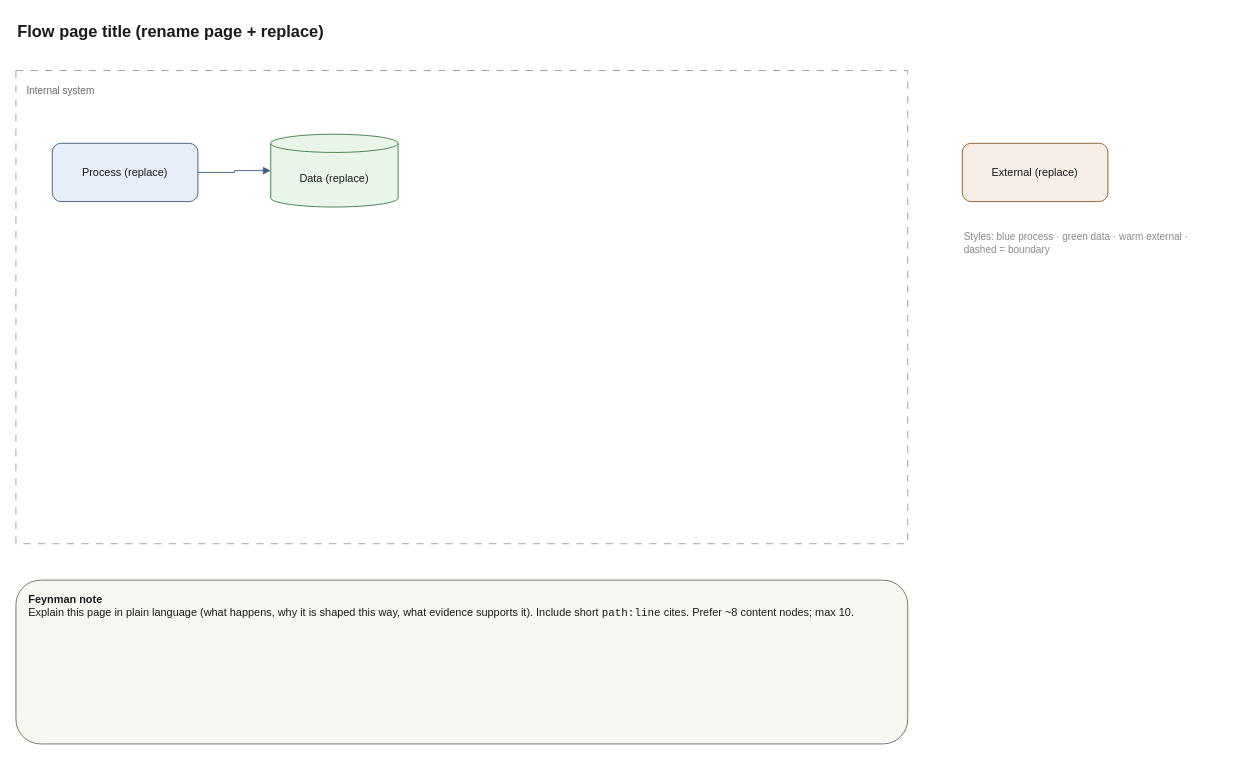
Earlier version of the draw.io diagram page "Flow" (2 of 2) of .claude/skills/rc929/templates/research-starter.drawio (OTLorz2/rc929). Source tidied: cells renumbered, new cells numbered last; positions are measured from the earlier drawing's top-left corner, leaving out a move shared by most shapes. Both pictures are drawn from the tidied source at 91%, with x=0, y=0 at pixel (15, 15).
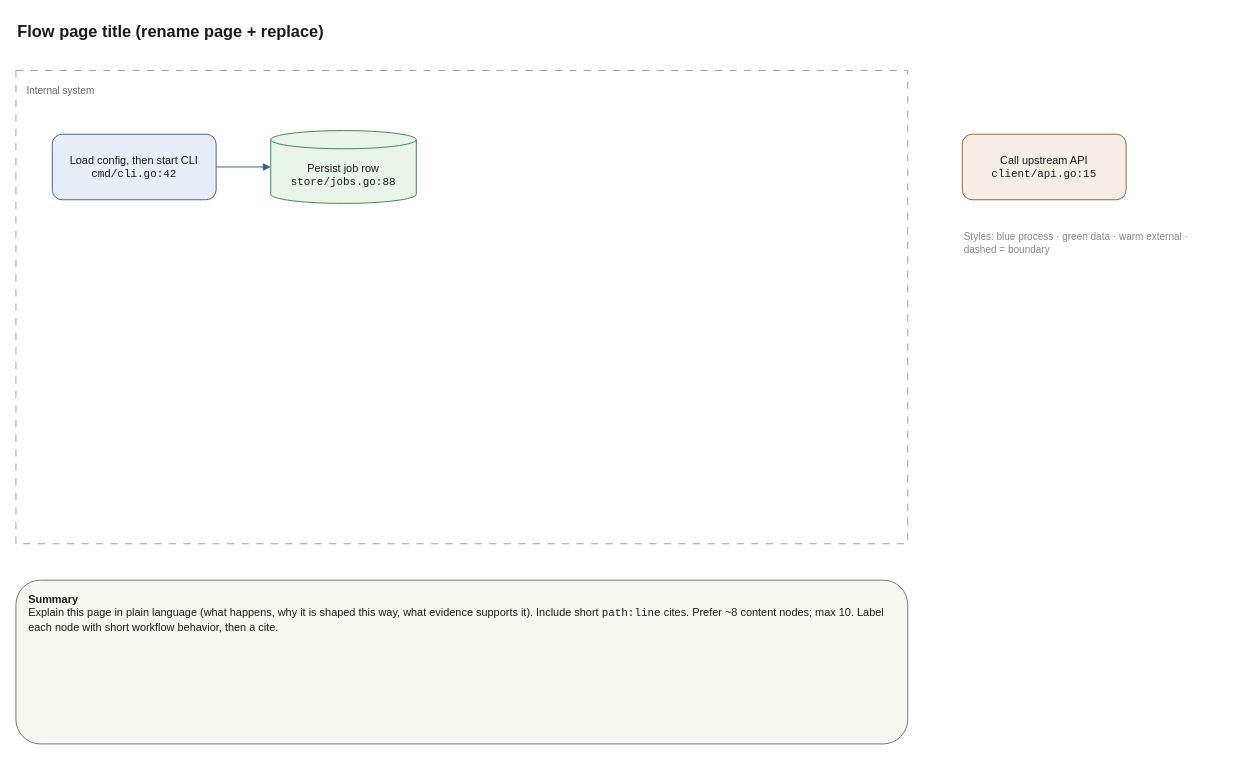
The same diagram, later.

Commit message:
feat(rc929): update starter Summary and two-line sample labels

Change to the diagram source:
```diff
@@
 <mxGraphModel>
   <root>
     <mxCell id="0" />
     <mxCell id="1" parent="0" />
     <mxCell id="2" value="Flow page title (rename page + replace)" style="text;html=1;strokeColor=none;fillColor=none;align=left;verticalAlign=middle;whiteSpace=wrap;rounded=0;fontSize=18;fontStyle=1;fontColor=#1A1A1A;" parent="1" vertex="1">
       <mxGeometry width="640" height="36" as="geometry" />
     </mxCell>
     <mxCell id="3" value="Internal system" style="text;html=1;strokeColor=none;fillColor=none;align=left;verticalAlign=middle;whiteSpace=wrap;rounded=0;fontSize=11;fontColor=#666666;" parent="1" vertex="1">
       <mxGeometry x="10" y="70" width="160" height="24" as="geometry" />
     </mxCell>
     <mxCell id="4" style="rounded=0;whiteSpace=wrap;html=1;fillColor=none;strokeColor=#9A9A9A;dashed=1;dashPattern=8 8;" parent="1" vertex="1">
       <mxGeometry y="60" width="980" height="520" as="geometry" />
     </mxCell>
-    <mxCell id="5" value="Process (replace)" style="rounded=1;whiteSpace=wrap;html=1;fillColor=#E8EEF7;strokeColor=#3D5A80;fontColor=#1A1A1A;fontSize=12;" parent="1" vertex="1">
-      <mxGeometry x="40" y="140" width="160" height="64" as="geometry" />
+    <mxCell id="5" value="Load config, then start CLI&lt;br&gt;&lt;code&gt;cmd/cli.go:42&lt;/code&gt;" style="rounded=1;whiteSpace=wrap;html=1;fillColor=#E8EEF7;strokeColor=#3D5A80;fontColor=#1A1A1A;fontSize=12;" parent="1" vertex="1">
+      <mxGeometry x="40" y="130" width="180" height="72" as="geometry" />
     </mxCell>
-    <mxCell id="6" value="Data (replace)" style="shape=cylinder3;whiteSpace=wrap;html=1;boundedLbl=1;backgroundOutline=1;size=10;fillColor=#EAF5EA;strokeColor=#3D7A45;fontColor=#1A1A1A;fontSize=12;" parent="1" vertex="1">
-      <mxGeometry x="280" y="130" width="140" height="80" as="geometry" />
+    <mxCell id="6" value="Persist job row&lt;br&gt;&lt;code&gt;store/jobs.go:88&lt;/code&gt;" style="shape=cylinder3;whiteSpace=wrap;html=1;boundedLbl=1;backgroundOutline=1;size=10;fillColor=#EAF5EA;strokeColor=#3D7A45;fontColor=#1A1A1A;fontSize=12;" parent="1" vertex="1">
+      <mxGeometry x="280" y="126" width="160" height="80" as="geometry" />
     </mxCell>
-    <mxCell id="7" value="External (replace)" style="rounded=1;whiteSpace=wrap;html=1;fillColor=#F5EDE6;strokeColor=#8A5A2B;fontColor=#1A1A1A;fontSize=12;" parent="1" vertex="1">
-      <mxGeometry x="1040" y="140" width="160" height="64" as="geometry" />
+    <mxCell id="7" value="Call upstream API&lt;br&gt;&lt;code&gt;client/api.go:15&lt;/code&gt;" style="rounded=1;whiteSpace=wrap;html=1;fillColor=#F5EDE6;strokeColor=#8A5A2B;fontColor=#1A1A1A;fontSize=12;" parent="1" vertex="1">
+      <mxGeometry x="1040" y="130" width="180" height="72" as="geometry" />
     </mxCell>
     <mxCell id="8" style="edgeStyle=orthogonalEdgeStyle;rounded=0;jettySize=auto;html=1;strokeColor=#3D5A80;endArrow=block;endFill=1;" parent="1" edge="1" source="5" target="6">
       <mxGeometry relative="1" as="geometry" />
     </mxCell>
-    <mxCell id="9" value="&lt;b&gt;Feynman note&lt;/b&gt;&lt;br&gt;Explain this page in plain language (what happens, why it is shaped this way, what evidence supports it). Include short &lt;code&gt;path:line&lt;/code&gt; cites. Prefer ~8 content nodes; max 10." style="rounded=1;whiteSpace=wrap;html=1;align=left;verticalAlign=top;spacingLeft=12;spacingTop=8;fillColor=#F7F7F2;strokeColor=#6B6B6B;fontColor=#1A1A1A;fontSize=12;" parent="1" vertex="1">
+    <mxCell id="9" value="&lt;b&gt;Summary&lt;/b&gt;&lt;br&gt;Explain this page in plain language (what happens, why it is shaped this way, what evidence supports it). Include short &lt;code&gt;path:line&lt;/code&gt; cites. Prefer ~8 content nodes; max 10. Label each node with short workflow behavior, then a cite." style="rounded=1;whiteSpace=wrap;html=1;align=left;verticalAlign=top;spacingLeft=12;spacingTop=8;fillColor=#F7F7F2;strokeColor=#6B6B6B;fontColor=#1A1A1A;fontSize=12;" parent="1" vertex="1">
       <mxGeometry y="620" width="980" height="180" as="geometry" />
     </mxCell>
     <mxCell id="10" value="Styles: blue process · green data · warm external · dashed = boundary" style="text;html=1;strokeColor=none;fillColor=none;align=left;verticalAlign=middle;whiteSpace=wrap;rounded=0;fontSize=11;fontColor=#888888;" parent="1" vertex="1">
       <mxGeometry x="1040" y="230" width="280" height="40" as="geometry" />
     </mxCell>
   </root>
 </mxGraphModel>
```
